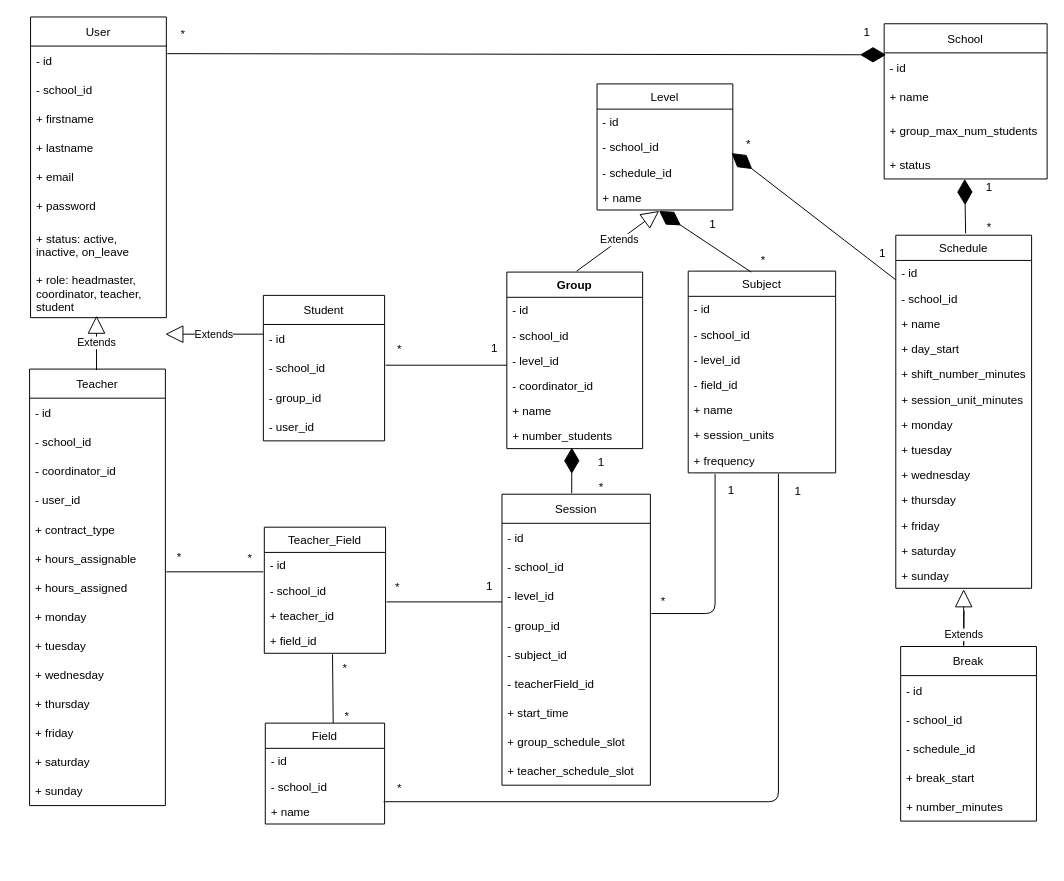
Earlier version of the draw.io diagram support/3_design/entities/entities_UML.drawio (JeromeVargas/schedule_maker). Source tidied: cells renumbered, new cells numbered last; positions are measured from the earlier drawing's top-left corner, leaving out a move shared by most shapes. Both pictures are drawn from the tidied source at 97%, with x=0, y=0 at pixel (29, 16).
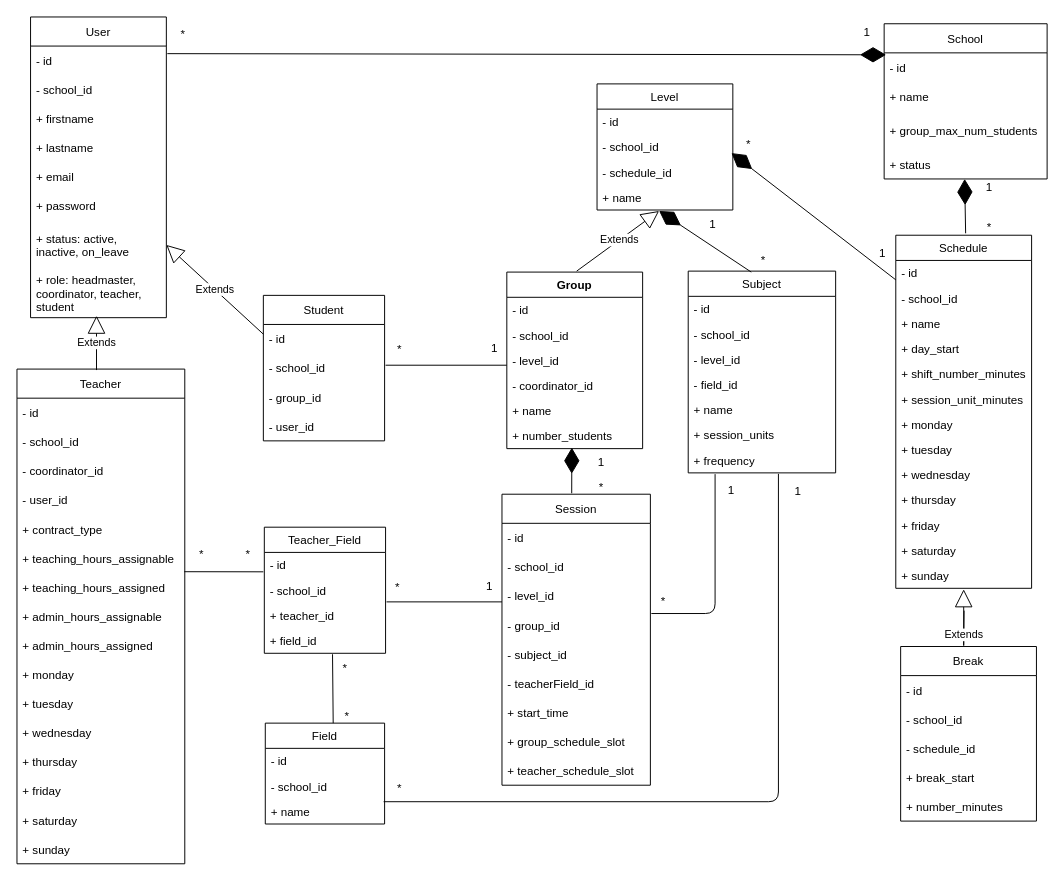
After the change.

Commit message (it also covers changes not shown here):
refactor: add admin hours fiels to teacher entity in the UML diagram

Unchanged cells that the change refers to:
```xml
<mxCell id="10" value="+ status: active,&#10;inactive, on_leave" style="text;strokeColor=none;fillColor=none;align=left;verticalAlign=middle;spacingLeft=4;spacingRight=4;overflow=hidden;points=[[0,0.5],[1,0.5]];portConstraint=eastwest;" parent="3" vertex="1">
  <mxGeometry y="210" width="140" height="50" as="geometry" />
</mxCell>
```

The edit, as a diff of the source:
```diff
@@
     <mxCell id="61" value="Teacher" style="swimlane;fontStyle=0;horizontal=1;startSize=30;" parent="1" vertex="1">
-      <mxGeometry y="363" width="140" height="450" as="geometry" />
+      <mxGeometry x="-13" y="363" width="173" height="510" as="geometry" />
     </mxCell>
     <mxCell id="62" value="- id" style="text;strokeColor=none;fillColor=none;align=left;verticalAlign=middle;spacingLeft=4;spacingRight=4;overflow=hidden;" parent="61" vertex="1">
-      <mxGeometry y="30" width="140" height="30" as="geometry" />
+      <mxGeometry y="30" width="173" height="30" as="geometry" />
     </mxCell>
     <mxCell id="63" value="- school_id" style="text;strokeColor=none;fillColor=none;align=left;verticalAlign=middle;spacingLeft=4;spacingRight=4;overflow=hidden;" parent="61" vertex="1">
-      <mxGeometry y="60" width="140" height="30" as="geometry" />
+      <mxGeometry y="60" width="173" height="30" as="geometry" />
     </mxCell>
     <mxCell id="64" value="- coordinator_id" style="text;strokeColor=none;fillColor=none;align=left;verticalAlign=middle;spacingLeft=4;spacingRight=4;overflow=hidden;" parent="61" vertex="1">
-      <mxGeometry y="90" width="140" height="30" as="geometry" />
+      <mxGeometry y="90" width="173" height="30" as="geometry" />
     </mxCell>
     <mxCell id="65" value="- user_id" style="text;strokeColor=none;fillColor=none;align=left;verticalAlign=middle;spacingLeft=4;spacingRight=4;overflow=hidden;" parent="61" vertex="1">
-      <mxGeometry y="120" width="140" height="30" as="geometry" />
+      <mxGeometry y="120" width="173" height="30" as="geometry" />
     </mxCell>
     <mxCell id="66" value="+ contract_type" style="text;strokeColor=none;fillColor=none;align=left;verticalAlign=middle;spacingLeft=4;spacingRight=4;overflow=hidden;" parent="61" vertex="1">
-      <mxGeometry y="150" width="140" height="30" as="geometry" />
+      <mxGeometry y="150" width="173" height="30" as="geometry" />
     </mxCell>
-    <mxCell id="67" value="+ hours_assignable" style="text;strokeColor=none;fillColor=none;align=left;verticalAlign=middle;spacingLeft=4;spacingRight=4;overflow=hidden;" parent="61" vertex="1">
-      <mxGeometry y="180" width="140" height="30" as="geometry" />
+    <mxCell id="67" value="+ teaching_hours_assignable" style="text;strokeColor=none;fillColor=none;align=left;verticalAlign=middle;spacingLeft=4;spacingRight=4;overflow=hidden;" parent="61" vertex="1">
+      <mxGeometry y="180" width="173" height="30" as="geometry" />
     </mxCell>
-    <mxCell id="68" value="+ hours_assigned" style="text;strokeColor=none;fillColor=none;align=left;verticalAlign=middle;spacingLeft=4;spacingRight=4;overflow=hidden;points=[[0,0.5],[1,0.5]];portConstraint=eastwest;" parent="61" vertex="1">
-      <mxGeometry y="210" width="140" height="30" as="geometry" />
+    <mxCell id="68" value="+ teaching_hours_assigned" style="text;strokeColor=none;fillColor=none;align=left;verticalAlign=middle;spacingLeft=4;spacingRight=4;overflow=hidden;points=[[0,0.5],[1,0.5]];portConstraint=eastwest;" parent="61" vertex="1">
+      <mxGeometry y="210" width="173" height="30" as="geometry" />
     </mxCell>
+    <mxCell id="132" value="+ admin_hours_assignable" style="text;strokeColor=none;fillColor=none;align=left;verticalAlign=middle;spacingLeft=4;spacingRight=4;overflow=hidden;" parent="61" vertex="1">
+      <mxGeometry y="240" width="173" height="30" as="geometry" />
+    </mxCell>
+    <mxCell id="133" value="+ admin_hours_assigned" style="text;strokeColor=none;fillColor=none;align=left;verticalAlign=middle;spacingLeft=4;spacingRight=4;overflow=hidden;" parent="61" vertex="1">
+      <mxGeometry y="270" width="173" height="30" as="geometry" />
+    </mxCell>
     <mxCell id="69" value="+ monday" style="text;strokeColor=none;fillColor=none;align=left;verticalAlign=middle;spacingLeft=4;spacingRight=4;overflow=hidden;" parent="61" vertex="1">
-      <mxGeometry y="240" width="140" height="30" as="geometry" />
+      <mxGeometry y="300" width="173" height="30" as="geometry" />
     </mxCell>
     <mxCell id="70" value="+ tuesday" style="text;strokeColor=none;fillColor=none;align=left;verticalAlign=middle;spacingLeft=4;spacingRight=4;overflow=hidden;" parent="61" vertex="1">
-      <mxGeometry y="270" width="140" height="30" as="geometry" />
+      <mxGeometry y="330" width="173" height="30" as="geometry" />
     </mxCell>
     <mxCell id="71" value="+ wednesday" style="text;strokeColor=none;fillColor=none;align=left;verticalAlign=middle;spacingLeft=4;spacingRight=4;overflow=hidden;" parent="61" vertex="1">
-      <mxGeometry y="300" width="140" height="30" as="geometry" />
+      <mxGeometry y="360" width="173" height="30" as="geometry" />
     </mxCell>
     <mxCell id="72" value="+ thursday" style="text;strokeColor=none;fillColor=none;align=left;verticalAlign=middle;spacingLeft=4;spacingRight=4;overflow=hidden;" parent="61" vertex="1">
-      <mxGeometry y="330" width="140" height="30" as="geometry" />
+      <mxGeometry y="390" width="173" height="30" as="geometry" />
     </mxCell>
     <mxCell id="73" value="+ friday" style="text;strokeColor=none;fillColor=none;align=left;verticalAlign=middle;spacingLeft=4;spacingRight=4;overflow=hidden;" parent="61" vertex="1">
-      <mxGeometry y="360" width="140" height="30" as="geometry" />
+      <mxGeometry y="420" width="173" height="30" as="geometry" />
     </mxCell>
     <mxCell id="74" value="+ saturday" style="text;strokeColor=none;fillColor=none;align=left;verticalAlign=middle;spacingLeft=4;spacingRight=4;overflow=hidden;" parent="61" vertex="1">
-      <mxGeometry y="390" width="140" height="30" as="geometry" />
+      <mxGeometry y="450" width="173" height="30" as="geometry" />
     </mxCell>
     <mxCell id="75" value="+ sunday" style="text;strokeColor=none;fillColor=none;align=left;verticalAlign=middle;spacingLeft=4;spacingRight=4;overflow=hidden;" parent="61" vertex="1">
-      <mxGeometry y="420" width="140" height="30" as="geometry" />
+      <mxGeometry y="480" width="173" height="30" as="geometry" />
     </mxCell>
@@
-    <mxCell id="87" value="Extends" style="endArrow=block;endSize=16;endFill=0;html=1;rounded=0;" parent="1" edge="1">
+    <mxCell id="87" value="Extends" style="endArrow=block;endSize=16;endFill=0;html=1;rounded=0;entryX=1;entryY=0.5;entryDx=0;entryDy=0;" parent="1" edge="1" target="10">
       <mxGeometry relative="1" as="geometry">
         <mxPoint x="241" y="327" as="sourcePoint" />
-        <mxPoint x="140" y="327" as="targetPoint" />
       </mxGeometry>
     </mxCell>
@@
-    <mxCell id="96" style="endArrow=none;endFill=1;endSize=24;html=1;rounded=0;exitX=0.967;exitY=0.9;exitDx=0;exitDy=0;exitPerimeter=0;" parent="1" edge="1">
+    <mxCell id="96" style="endArrow=none;endFill=1;endSize=24;html=1;rounded=0;exitX=0.967;exitY=0.9;exitDx=0;exitDy=0;exitPerimeter=0;entryX=0.997;entryY=-0.037;entryDx=0;entryDy=0;entryPerimeter=0;" parent="1" edge="1" target="68">
       <mxGeometry relative="1" as="geometry">
         <mxPoint x="241" y="572" as="sourcePoint" />
-        <mxPoint x="141" y="572" as="targetPoint" />
       </mxGeometry>
     </mxCell>
@@
-    <mxCell id="100" value="*" style="text;html=1;align=center;verticalAlign=middle;strokeColor=none;fillColor=none;" parent="1" vertex="1">
-      <mxGeometry x="139" y="542" width="30" height="30" as="geometry" />
-    </mxCell>
@@
-    <mxCell id="112" value="*" style="text;html=1;align=center;verticalAlign=middle;strokeColor=none;fillColor=none;" parent="1" vertex="1">
-      <mxGeometry x="212" y="543" width="30" height="30" as="geometry" />
-    </mxCell>
@@
+    <mxCell id="134" value="*" style="text;html=1;align=center;verticalAlign=middle;strokeColor=none;fillColor=none;" parent="1" vertex="1">
+      <mxGeometry x="162" y="539" width="30" height="30" as="geometry" />
+    </mxCell>
+    <mxCell id="135" value="*" style="text;html=1;align=center;verticalAlign=middle;strokeColor=none;fillColor=none;" parent="1" vertex="1">
+      <mxGeometry x="210" y="539" width="30" height="30" as="geometry" />
+    </mxCell>
```
